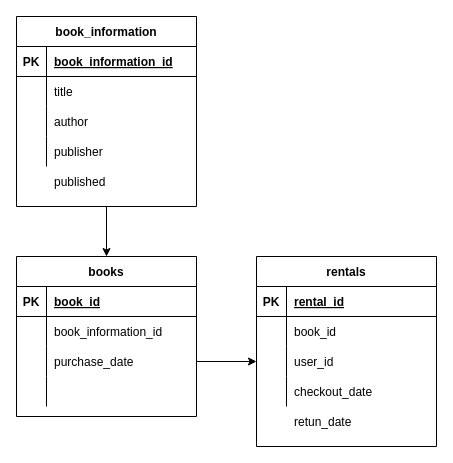
Earlier version of the draw.io diagram book.dio (naka848/books). Source tidied: cells renumbered, new cells numbered last; positions are measured from the earlier drawing's top-left corner, leaving out a move shared by most shapes. Both pictures are drawn from the tidied source at 100%, with x=0, y=0 at pixel (16, 16).
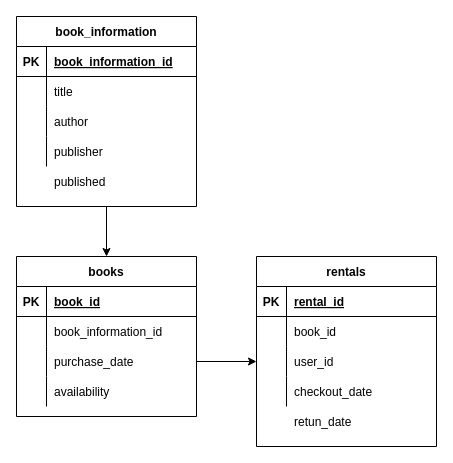
The same page after the edit.

The change refers to these unchanged cells:
```xml
<mxCell id="27" style="shape=partialRectangle;fillColor=none;top=0;left=0;bottom=0;right=0;" parent="17" vertex="1">
  <mxGeometry y="120" width="180" height="30" as="geometry" />
</mxCell>
```

Change to the diagram source:
```diff
@@
-    <mxCell id="29" style="shape=partialRectangle;fillColor=none;top=0;left=0;bottom=0;right=0;align=left;spacingLeft=6;overflow=hidden;" parent="27" vertex="1">
+    <mxCell id="29" value="availability" style="shape=partialRectangle;fillColor=none;top=0;left=0;bottom=0;right=0;align=left;spacingLeft=6;overflow=hidden;" parent="27" vertex="1">
       <mxGeometry x="30" width="150" height="30" as="geometry" />
     </mxCell>
```
